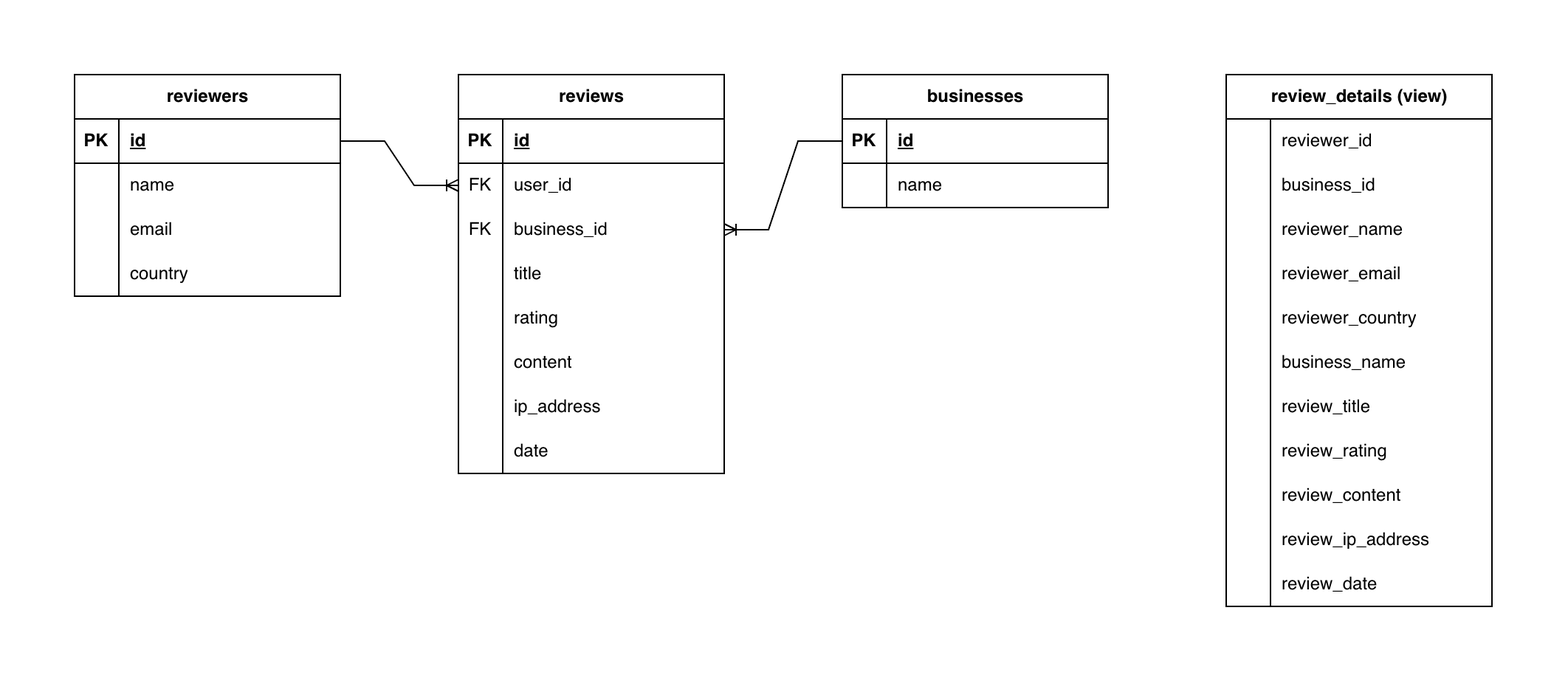
This is docs/schema.drawio.png from sebastianden/tp-api, a draw.io export, as it was before one commit. Source tidied: cells renumbered, new cells last; positions are measured from the earlier drawing's top-left corner, leaving out a move shared by most shapes.
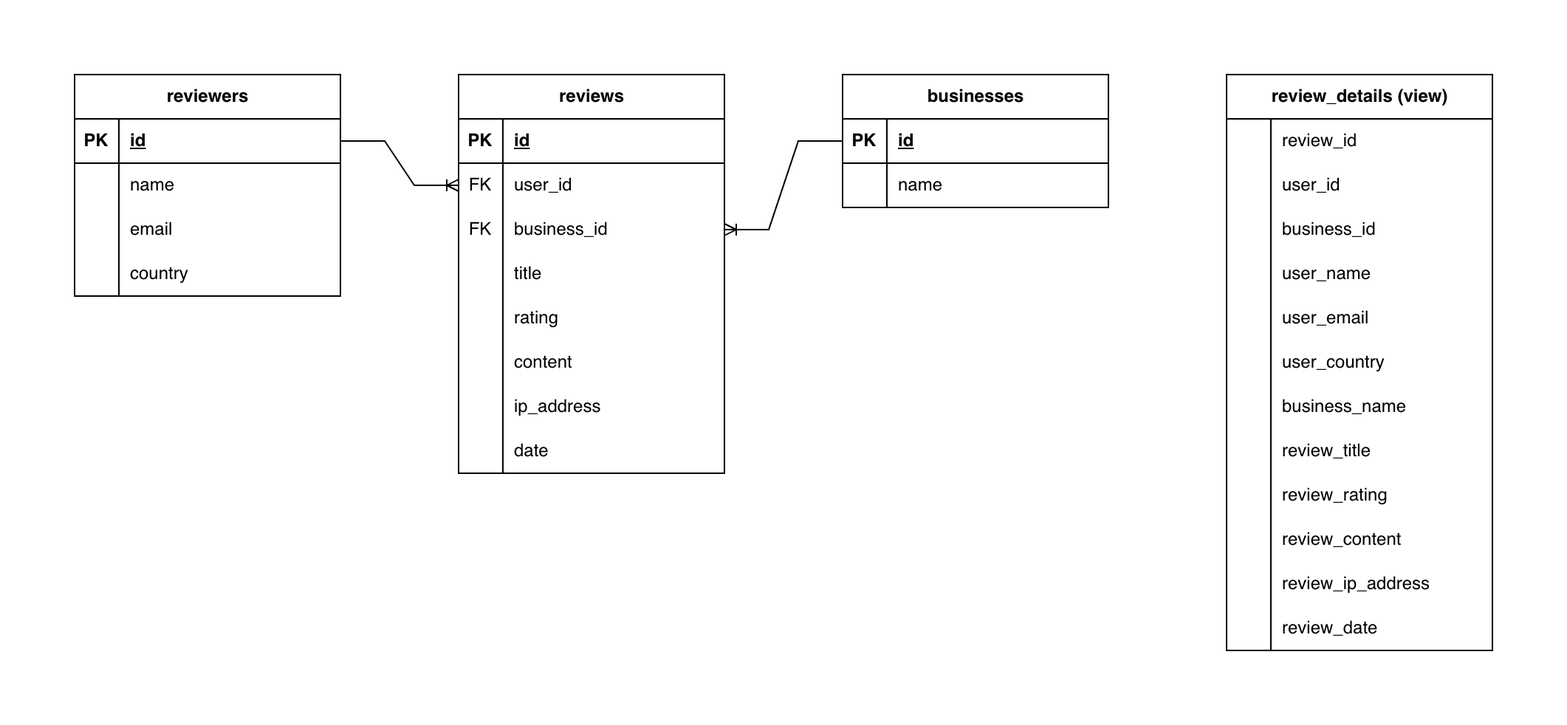
After the commit.

Diff of the diagram source:
```diff
@@ -144,19 +144,28 @@
       <mxGeometry relative="1" as="geometry" />
     </mxCell>
     <mxCell id="49" value="review_details (view)" style="shape=table;startSize=30;rowLines=0;fontStyle=1;align=center;html=1;" parent="1" vertex="1">
-      <mxGeometry x="780" width="180" height="360" as="geometry" />
+      <mxGeometry x="780" width="180" height="390" as="geometry" />
     </mxCell>
+    <mxCell id="83" style="shape=tableRow;horizontal=0;startSize=0;swimlaneHead=0;swimlaneBody=0;fillColor=none;top=0;left=0;right=0;bottom=0;" parent="49" vertex="1">
+      <mxGeometry y="30" width="180" height="30" as="geometry" />
+    </mxCell>
+    <mxCell id="84" style="shape=partialRectangle;fillColor=none;top=0;left=0;bottom=0;right=0;overflow=hidden;whiteSpace=wrap;html=1;" parent="83" vertex="1">
+      <mxGeometry width="30" height="30" as="geometry" />
+    </mxCell>
+    <mxCell id="85" value="review_id" style="shape=partialRectangle;fillColor=none;top=0;left=0;bottom=0;right=0;align=left;spacingLeft=6;overflow=hidden;whiteSpace=wrap;html=1;" parent="83" vertex="1">
+      <mxGeometry x="30" width="150" height="30" as="geometry" />
+    </mxCell>
     <mxCell id="50" style="shape=tableRow;horizontal=0;startSize=0;swimlaneHead=0;swimlaneBody=0;fillColor=none;top=0;left=0;right=0;bottom=0;" parent="49" vertex="1">
-      <mxGeometry y="30" width="180" height="30" as="geometry" />
+      <mxGeometry y="60" width="180" height="30" as="geometry" />
     </mxCell>
     <mxCell id="51" style="shape=partialRectangle;fillColor=none;top=0;left=0;bottom=0;right=0;overflow=hidden;whiteSpace=wrap;html=1;" parent="50" vertex="1">
       <mxGeometry width="30" height="30" as="geometry" />
     </mxCell>
-    <mxCell id="52" value="reviewer_id" style="shape=partialRectangle;fillColor=none;top=0;left=0;bottom=0;right=0;align=left;spacingLeft=6;overflow=hidden;whiteSpace=wrap;html=1;" parent="50" vertex="1">
+    <mxCell id="52" value="user_id" style="shape=partialRectangle;fillColor=none;top=0;left=0;bottom=0;right=0;align=left;spacingLeft=6;overflow=hidden;whiteSpace=wrap;html=1;" parent="50" vertex="1">
       <mxGeometry x="30" width="150" height="30" as="geometry" />
     </mxCell>
     <mxCell id="53" style="shape=tableRow;horizontal=0;startSize=0;swimlaneHead=0;swimlaneBody=0;fillColor=none;top=0;left=0;right=0;bottom=0;" parent="49" vertex="1">
-      <mxGeometry y="60" width="180" height="30" as="geometry" />
+      <mxGeometry y="90" width="180" height="30" as="geometry" />
     </mxCell>
     <mxCell id="54" style="shape=partialRectangle;fillColor=none;top=0;left=0;bottom=0;right=0;overflow=hidden;whiteSpace=wrap;html=1;" parent="53" vertex="1">
       <mxGeometry width="30" height="30" as="geometry" />
@@ -165,34 +174,34 @@
       <mxGeometry x="30" width="150" height="30" as="geometry" />
     </mxCell>
     <mxCell id="56" style="shape=tableRow;horizontal=0;startSize=0;swimlaneHead=0;swimlaneBody=0;fillColor=none;top=0;left=0;right=0;bottom=0;" parent="49" vertex="1">
-      <mxGeometry y="90" width="180" height="30" as="geometry" />
+      <mxGeometry y="120" width="180" height="30" as="geometry" />
     </mxCell>
     <mxCell id="57" style="shape=partialRectangle;fillColor=none;top=0;left=0;bottom=0;right=0;overflow=hidden;whiteSpace=wrap;html=1;" parent="56" vertex="1">
       <mxGeometry width="30" height="30" as="geometry" />
     </mxCell>
-    <mxCell id="58" value="reviewer_name" style="shape=partialRectangle;fillColor=none;top=0;left=0;bottom=0;right=0;align=left;spacingLeft=6;overflow=hidden;whiteSpace=wrap;html=1;" parent="56" vertex="1">
+    <mxCell id="58" value="user_name" style="shape=partialRectangle;fillColor=none;top=0;left=0;bottom=0;right=0;align=left;spacingLeft=6;overflow=hidden;whiteSpace=wrap;html=1;" parent="56" vertex="1">
       <mxGeometry x="30" width="150" height="30" as="geometry" />
     </mxCell>
     <mxCell id="59" style="shape=tableRow;horizontal=0;startSize=0;swimlaneHead=0;swimlaneBody=0;fillColor=none;top=0;left=0;right=0;bottom=0;" parent="49" vertex="1">
-      <mxGeometry y="120" width="180" height="30" as="geometry" />
+      <mxGeometry y="150" width="180" height="30" as="geometry" />
     </mxCell>
     <mxCell id="60" style="shape=partialRectangle;fillColor=none;top=0;left=0;bottom=0;right=0;overflow=hidden;whiteSpace=wrap;html=1;" parent="59" vertex="1">
       <mxGeometry width="30" height="30" as="geometry" />
     </mxCell>
-    <mxCell id="61" value="reviewer_email" style="shape=partialRectangle;fillColor=none;top=0;left=0;bottom=0;right=0;align=left;spacingLeft=6;overflow=hidden;whiteSpace=wrap;html=1;" parent="59" vertex="1">
+    <mxCell id="61" value="user_email" style="shape=partialRectangle;fillColor=none;top=0;left=0;bottom=0;right=0;align=left;spacingLeft=6;overflow=hidden;whiteSpace=wrap;html=1;" parent="59" vertex="1">
       <mxGeometry x="30" width="150" height="30" as="geometry" />
     </mxCell>
     <mxCell id="62" style="shape=tableRow;horizontal=0;startSize=0;swimlaneHead=0;swimlaneBody=0;fillColor=none;top=0;left=0;right=0;bottom=0;" parent="49" vertex="1">
-      <mxGeometry y="150" width="180" height="30" as="geometry" />
+      <mxGeometry y="180" width="180" height="30" as="geometry" />
     </mxCell>
     <mxCell id="63" style="shape=partialRectangle;fillColor=none;top=0;left=0;bottom=0;right=0;overflow=hidden;whiteSpace=wrap;html=1;" parent="62" vertex="1">
       <mxGeometry width="30" height="30" as="geometry" />
     </mxCell>
-    <mxCell id="64" value="reviewer_country" style="shape=partialRectangle;fillColor=none;top=0;left=0;bottom=0;right=0;align=left;spacingLeft=6;overflow=hidden;whiteSpace=wrap;html=1;" parent="62" vertex="1">
+    <mxCell id="64" value="user_country" style="shape=partialRectangle;fillColor=none;top=0;left=0;bottom=0;right=0;align=left;spacingLeft=6;overflow=hidden;whiteSpace=wrap;html=1;" parent="62" vertex="1">
       <mxGeometry x="30" width="150" height="30" as="geometry" />
     </mxCell>
     <mxCell id="65" style="shape=tableRow;horizontal=0;startSize=0;swimlaneHead=0;swimlaneBody=0;fillColor=none;top=0;left=0;right=0;bottom=0;" parent="49" vertex="1">
-      <mxGeometry y="180" width="180" height="30" as="geometry" />
+      <mxGeometry y="210" width="180" height="30" as="geometry" />
     </mxCell>
     <mxCell id="66" style="shape=partialRectangle;fillColor=none;top=0;left=0;bottom=0;right=0;overflow=hidden;whiteSpace=wrap;html=1;" parent="65" vertex="1">
       <mxGeometry width="30" height="30" as="geometry" />
@@ -201,7 +210,7 @@
       <mxGeometry x="30" width="150" height="30" as="geometry" />
     </mxCell>
     <mxCell id="68" style="shape=tableRow;horizontal=0;startSize=0;swimlaneHead=0;swimlaneBody=0;fillColor=none;top=0;left=0;right=0;bottom=0;" parent="49" vertex="1">
-      <mxGeometry y="210" width="180" height="30" as="geometry" />
+      <mxGeometry y="240" width="180" height="30" as="geometry" />
     </mxCell>
     <mxCell id="69" style="shape=partialRectangle;fillColor=none;top=0;left=0;bottom=0;right=0;overflow=hidden;whiteSpace=wrap;html=1;" parent="68" vertex="1">
       <mxGeometry width="30" height="30" as="geometry" />
@@ -210,7 +219,7 @@
       <mxGeometry x="30" width="150" height="30" as="geometry" />
     </mxCell>
     <mxCell id="71" style="shape=tableRow;horizontal=0;startSize=0;swimlaneHead=0;swimlaneBody=0;fillColor=none;top=0;left=0;right=0;bottom=0;" parent="49" vertex="1">
-      <mxGeometry y="240" width="180" height="30" as="geometry" />
+      <mxGeometry y="270" width="180" height="30" as="geometry" />
     </mxCell>
     <mxCell id="72" style="shape=partialRectangle;fillColor=none;top=0;left=0;bottom=0;right=0;overflow=hidden;whiteSpace=wrap;html=1;" parent="71" vertex="1">
       <mxGeometry width="30" height="30" as="geometry" />
@@ -219,7 +228,7 @@
       <mxGeometry x="30" width="150" height="30" as="geometry" />
     </mxCell>
     <mxCell id="74" style="shape=tableRow;horizontal=0;startSize=0;swimlaneHead=0;swimlaneBody=0;fillColor=none;top=0;left=0;right=0;bottom=0;" parent="49" vertex="1">
-      <mxGeometry y="270" width="180" height="30" as="geometry" />
+      <mxGeometry y="300" width="180" height="30" as="geometry" />
     </mxCell>
     <mxCell id="75" style="shape=partialRectangle;fillColor=none;top=0;left=0;bottom=0;right=0;overflow=hidden;whiteSpace=wrap;html=1;" parent="74" vertex="1">
       <mxGeometry width="30" height="30" as="geometry" />
@@ -228,7 +237,7 @@
       <mxGeometry x="30" width="150" height="30" as="geometry" />
     </mxCell>
     <mxCell id="77" style="shape=tableRow;horizontal=0;startSize=0;swimlaneHead=0;swimlaneBody=0;fillColor=none;top=0;left=0;right=0;bottom=0;" parent="49" vertex="1">
-      <mxGeometry y="300" width="180" height="30" as="geometry" />
+      <mxGeometry y="330" width="180" height="30" as="geometry" />
     </mxCell>
     <mxCell id="78" style="shape=partialRectangle;fillColor=none;top=0;left=0;bottom=0;right=0;overflow=hidden;whiteSpace=wrap;html=1;" parent="77" vertex="1">
       <mxGeometry width="30" height="30" as="geometry" />
@@ -237,7 +246,7 @@
       <mxGeometry x="30" width="150" height="30" as="geometry" />
     </mxCell>
     <mxCell id="80" style="shape=tableRow;horizontal=0;startSize=0;swimlaneHead=0;swimlaneBody=0;fillColor=none;top=0;left=0;right=0;bottom=0;" parent="49" vertex="1">
-      <mxGeometry y="330" width="180" height="30" as="geometry" />
+      <mxGeometry y="360" width="180" height="30" as="geometry" />
     </mxCell>
     <mxCell id="81" style="shape=partialRectangle;fillColor=none;top=0;left=0;bottom=0;right=0;overflow=hidden;whiteSpace=wrap;html=1;" parent="80" vertex="1">
       <mxGeometry width="30" height="30" as="geometry" />
```
